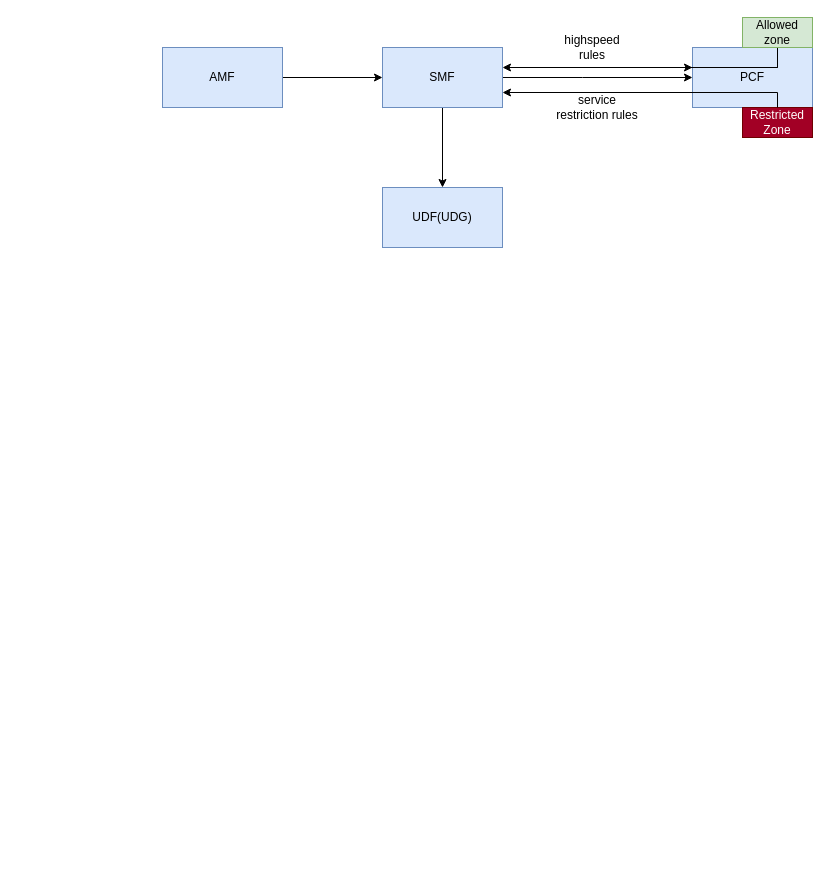
Above: Untitled_Diagram.drawio in krapuleng/POS (draw.io), before the change. Source tidied: cells renumbered, new cells numbered last; positions are measured from the earlier drawing's top-left corner, leaving out a move shared by most shapes. Both pictures are drawn from the tidied source at 100%, with x=0, y=0 at pixel (162, 17).
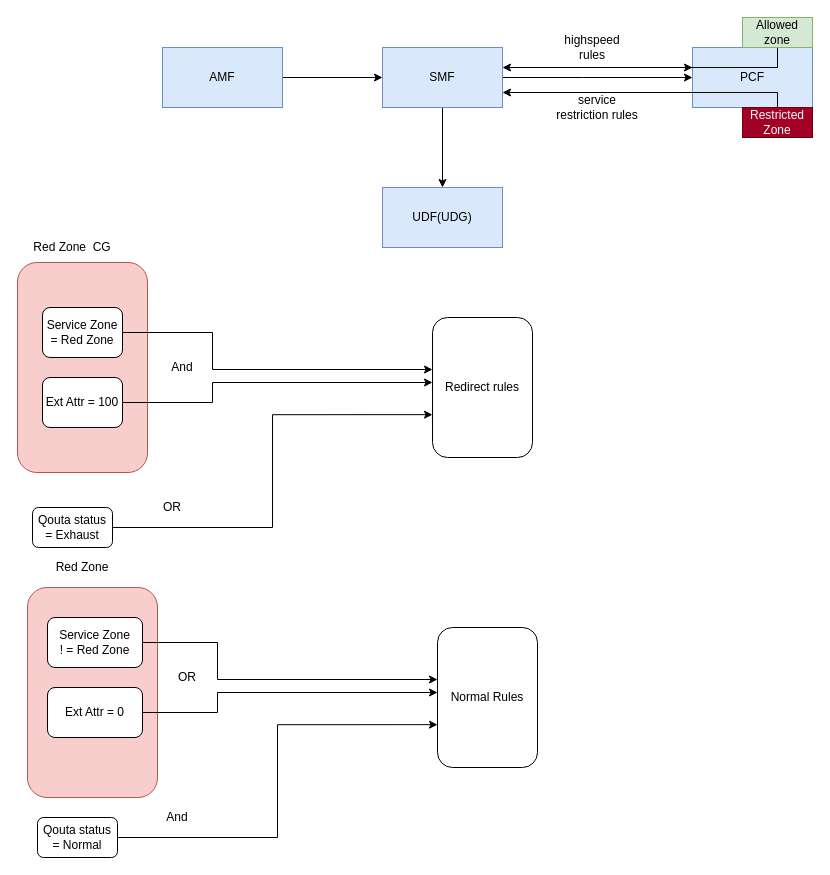
After the change.

Commit message:
zonebased_services

What changed in the source:
```diff
@@
+    <mxCell id="17" style="rounded=1;whiteSpace=wrap;html=1;fillColor=#f8cecc;strokeColor=#b85450;" parent="1" vertex="1">
+      <mxGeometry x="-145" y="245" width="130" height="210" as="geometry" />
+    </mxCell>
@@
+    <mxCell id="18" style="edgeStyle=orthogonalEdgeStyle;rounded=0;jettySize=auto;html=1;" parent="1" edge="1" source="19" target="20">
+      <mxGeometry relative="1" as="geometry">
+        <Array as="points">
+          <mxPoint x="50" y="315" />
+          <mxPoint x="50" y="352" />
+        </Array>
+      </mxGeometry>
+    </mxCell>
+    <mxCell id="19" value="Service Zone = Red Zone" style="rounded=1;whiteSpace=wrap;html=1;" parent="1" vertex="1">
+      <mxGeometry x="-120" y="290" width="80" height="50" as="geometry" />
+    </mxCell>
+    <mxCell id="20" value="Redirect rules" style="rounded=1;whiteSpace=wrap;html=1;" parent="1" vertex="1">
+      <mxGeometry x="270" y="300" width="100" height="140" as="geometry" />
+    </mxCell>
+    <mxCell id="21" style="edgeStyle=orthogonalEdgeStyle;rounded=0;jettySize=auto;html=1;" parent="1" edge="1" source="22">
+      <mxGeometry relative="1" as="geometry">
+        <mxPoint x="270" y="365" as="targetPoint" />
+        <Array as="points">
+          <mxPoint x="50" y="385" />
+          <mxPoint x="50" y="365" />
+        </Array>
+      </mxGeometry>
+    </mxCell>
+    <mxCell id="22" value="Ext Attr = 100" style="rounded=1;whiteSpace=wrap;html=1;" parent="1" vertex="1">
+      <mxGeometry x="-120" y="360" width="80" height="50" as="geometry" />
+    </mxCell>
+    <mxCell id="23" style="edgeStyle=orthogonalEdgeStyle;rounded=0;jettySize=auto;html=1;entryX=0;entryY=0.694;entryDx=0;entryDy=0;entryPerimeter=0;" parent="1" edge="1" source="24" target="20">
+      <mxGeometry relative="1" as="geometry" />
+    </mxCell>
+    <mxCell id="24" value="Qouta status = Exhaust" style="rounded=1;whiteSpace=wrap;html=1;" parent="1" vertex="1">
+      <mxGeometry x="-130" y="490" width="80" height="40" as="geometry" />
+    </mxCell>
+    <mxCell id="25" value="And" style="text;html=1;strokeColor=none;fillColor=none;align=center;verticalAlign=middle;whiteSpace=wrap;rounded=0;" parent="1" vertex="1">
+      <mxGeometry y="340" width="40" height="20" as="geometry" />
+    </mxCell>
+    <mxCell id="26" value="Red Zone&amp;nbsp; CG" style="text;html=1;strokeColor=none;fillColor=none;align=center;verticalAlign=middle;whiteSpace=wrap;rounded=0;" parent="1" vertex="1">
+      <mxGeometry x="-140" y="220" width="100" height="20" as="geometry" />
+    </mxCell>
+    <mxCell id="27" value="OR" style="text;html=1;strokeColor=none;fillColor=none;align=center;verticalAlign=middle;whiteSpace=wrap;rounded=0;" parent="1" vertex="1">
+      <mxGeometry x="-10" y="480" width="40" height="20" as="geometry" />
+    </mxCell>
+    <mxCell id="28" style="rounded=1;whiteSpace=wrap;html=1;fillColor=#f8cecc;strokeColor=#b85450;" parent="1" vertex="1">
+      <mxGeometry x="-135" y="570" width="130" height="210" as="geometry" />
+    </mxCell>
+    <mxCell id="29" style="edgeStyle=orthogonalEdgeStyle;rounded=0;jettySize=auto;html=1;" parent="1" edge="1" source="30" target="31">
+      <mxGeometry relative="1" as="geometry">
+        <Array as="points">
+          <mxPoint x="55" y="625" />
+          <mxPoint x="55" y="662" />
+        </Array>
+      </mxGeometry>
+    </mxCell>
+    <mxCell id="30" value="Service Zone &lt;br&gt;! = Red Zone" style="rounded=1;whiteSpace=wrap;html=1;" parent="1" vertex="1">
+      <mxGeometry x="-115" y="600" width="95" height="50" as="geometry" />
+    </mxCell>
+    <mxCell id="31" value="Normal Rules" style="rounded=1;whiteSpace=wrap;html=1;" parent="1" vertex="1">
+      <mxGeometry x="275" y="610" width="100" height="140" as="geometry" />
+    </mxCell>
+    <mxCell id="32" style="edgeStyle=orthogonalEdgeStyle;rounded=0;jettySize=auto;html=1;" parent="1" edge="1" source="33">
+      <mxGeometry relative="1" as="geometry">
+        <mxPoint x="275" y="675" as="targetPoint" />
+        <Array as="points">
+          <mxPoint x="55" y="695" />
+          <mxPoint x="55" y="675" />
+        </Array>
+      </mxGeometry>
+    </mxCell>
+    <mxCell id="33" value="Ext Attr = 0" style="rounded=1;whiteSpace=wrap;html=1;" parent="1" vertex="1">
+      <mxGeometry x="-115" y="670" width="95" height="50" as="geometry" />
+    </mxCell>
+    <mxCell id="34" style="edgeStyle=orthogonalEdgeStyle;rounded=0;jettySize=auto;html=1;entryX=0;entryY=0.694;entryDx=0;entryDy=0;entryPerimeter=0;" parent="1" edge="1" source="35" target="31">
+      <mxGeometry relative="1" as="geometry" />
+    </mxCell>
+    <mxCell id="35" value="Qouta status = Normal" style="rounded=1;whiteSpace=wrap;html=1;" parent="1" vertex="1">
+      <mxGeometry x="-125" y="800" width="80" height="40" as="geometry" />
+    </mxCell>
+    <mxCell id="36" value="OR" style="text;html=1;strokeColor=none;fillColor=none;align=center;verticalAlign=middle;whiteSpace=wrap;rounded=0;" parent="1" vertex="1">
+      <mxGeometry x="5" y="650" width="40" height="20" as="geometry" />
+    </mxCell>
+    <mxCell id="37" value="Red Zone" style="text;html=1;strokeColor=none;fillColor=none;align=center;verticalAlign=middle;whiteSpace=wrap;rounded=0;" parent="1" vertex="1">
+      <mxGeometry x="-130" y="540" width="100" height="20" as="geometry" />
+    </mxCell>
+    <mxCell id="38" value="And" style="text;html=1;strokeColor=none;fillColor=none;align=center;verticalAlign=middle;whiteSpace=wrap;rounded=0;" parent="1" vertex="1">
+      <mxGeometry x="-5" y="790" width="40" height="20" as="geometry" />
+    </mxCell>
```
